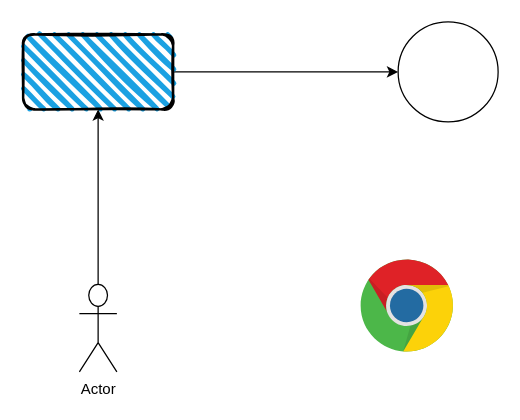
This is Untitled Diagram.drawio from cuizhongxiang/OA-, a draw.io file, before an edit. Source tidied: cells renumbered, new cells numbered last; positions are measured from the earlier drawing's top-left corner, leaving out a move shared by most shapes. Both pictures are drawn from the tidied source at 125%, with x=0, y=0 at pixel (22, 21).
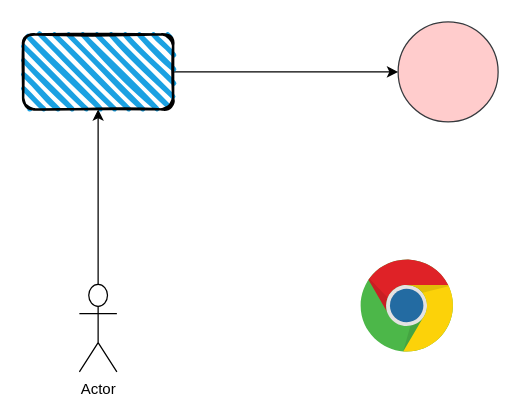
The same diagram, later.

Change to the diagram source:
```diff
@@
 <mxGraphModel>
   <root>
     <mxCell id="0" />
     <mxCell id="1" parent="0" />
-    <mxCell id="2" style="ellipse;whiteSpace=wrap;html=1;" parent="1" vertex="1">
+    <mxCell id="2" style="ellipse;whiteSpace=wrap;html=1;fillColor=#ffcccc;strokeColor=#36393d;" parent="1" vertex="1">
       <mxGeometry x="300" width="80" height="80" as="geometry" />
     </mxCell>
     <mxCell id="3" style="edgeStyle=orthogonalEdgeStyle;rounded=0;jettySize=auto;html=1;entryX=0;entryY=0.5;entryDx=0;entryDy=0;" parent="1" edge="1" source="4" target="2">
       <mxGeometry relative="1" as="geometry" />
     </mxCell>
     <mxCell id="4" style="rounded=1;whiteSpace=wrap;html=1;strokeWidth=2;fillWeight=4;hachureGap=8;hachureAngle=45;fillColor=#1ba1e2;sketch=1;" parent="1" vertex="1">
       <mxGeometry y="10" width="120" height="60" as="geometry" />
     </mxCell>
     <mxCell id="5" style="edgeStyle=orthogonalEdgeStyle;rounded=0;jettySize=auto;html=1;entryX=0.5;entryY=1;entryDx=0;entryDy=0;" parent="1" edge="1" source="6" target="4">
       <mxGeometry relative="1" as="geometry" />
     </mxCell>
     <mxCell id="6" value="Actor" style="shape=umlActor;verticalLabelPosition=bottom;verticalAlign=top;html=1;" parent="1" vertex="1">
       <mxGeometry x="45" y="210" width="30" height="70" as="geometry" />
     </mxCell>
     <mxCell id="7" style="dashed=0;html=1;align=center;labelPosition=center;verticalLabelPosition=bottom;verticalAlign=top;shape=mxgraph.weblogos.chrome;" parent="1" vertex="1">
       <mxGeometry x="270" y="190" width="74.8" height="75.4" as="geometry" />
     </mxCell>
   </root>
 </mxGraphModel>
```
